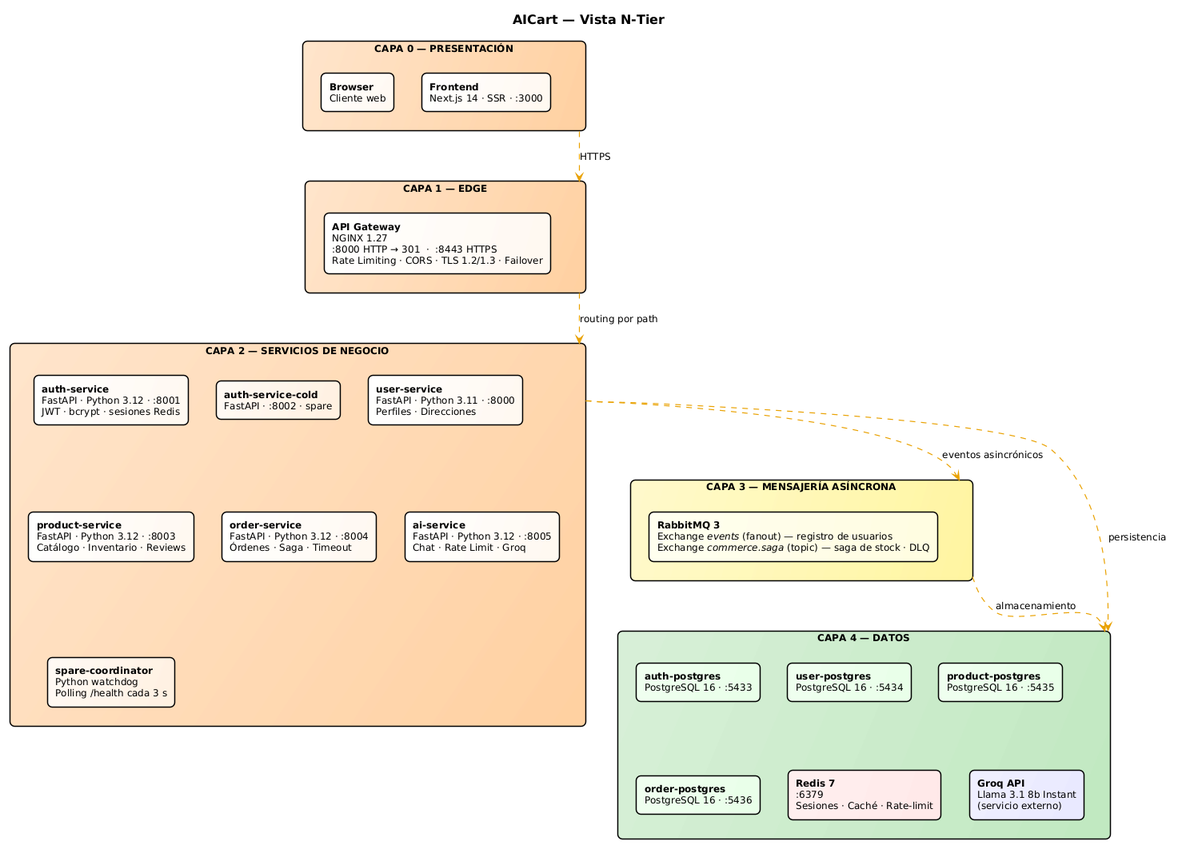
This is docs/architecture/NTier_Current.png from jpastor1649/ecommerce-project, a PlantUML export, as it was before one commit.
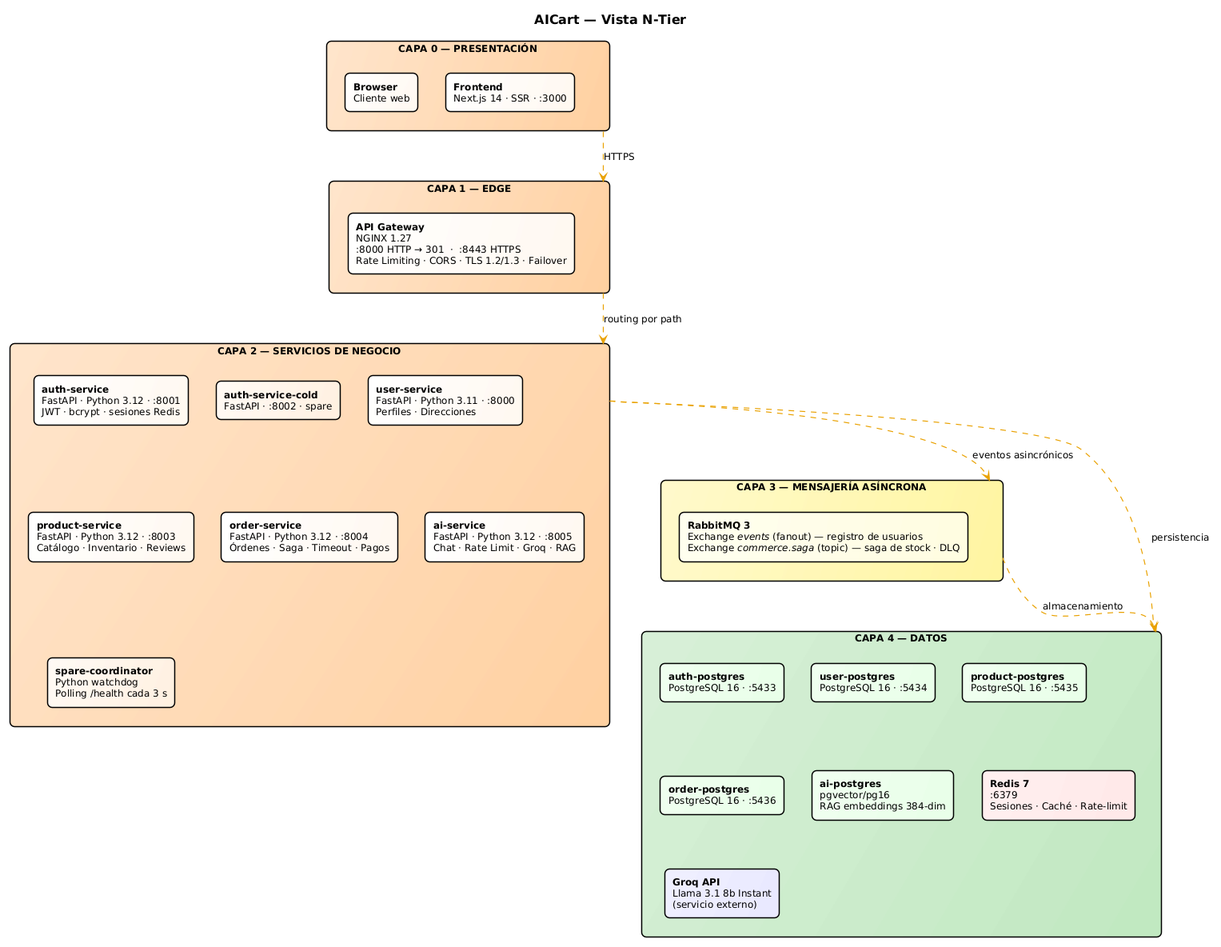
The same diagram one commit later.

The edit, as a diff of the source:
```diff
@@ -25,8 +25,8 @@
   rectangle "<b>auth-service-cold</b>\nFastAPI · :8002 · spare" as AuthC #FFFAF5/FFF0E0
   rectangle "<b>user-service</b>\nFastAPI · Python 3.11 · :8000\nPerfiles · Direcciones" as User #FFFFFF/FFF8F0
   rectangle "<b>product-service</b>\nFastAPI · Python 3.12 · :8003\nCatálogo · Inventario · Reviews" as Prod #FFFFFF/FFF8F0
-  rectangle "<b>order-service</b>\nFastAPI · Python 3.12 · :8004\nÓrdenes · Saga · Timeout" as Order #FFFFFF/FFF8F0
-  rectangle "<b>ai-service</b>\nFastAPI · Python 3.12 · :8005\nChat · Rate Limit · Groq" as AI #FFFFFF/FFF8F0
+  rectangle "<b>order-service</b>\nFastAPI · Python 3.12 · :8004\nÓrdenes · Saga · Timeout · Pagos" as Order #FFFFFF/FFF8F0
+  rectangle "<b>ai-service</b>\nFastAPI · Python 3.12 · :8005\nChat · Rate Limit · Groq · RAG" as AI #FFFFFF/FFF8F0
   rectangle "<b>spare-coordinator</b>\nPython watchdog\nPolling /health cada 3 s" as Coord #FFFAF5/FFF0E0
 }
 
@@ -39,6 +39,7 @@
   rectangle "<b>user-postgres</b>\nPostgreSQL 16 · :5434" as UDB #F0FFF0/E8FFE8
   rectangle "<b>product-postgres</b>\nPostgreSQL 16 · :5435" as PDB #F0FFF0/E8FFE8
   rectangle "<b>order-postgres</b>\nPostgreSQL 16 · :5436" as ODB #F0FFF0/E8FFE8
+  rectangle "<b>ai-postgres</b>\npgvector/pg16\nRAG embeddings 384-dim" as AIDB #F0FFF0/E8FFE8
   rectangle "<b>Redis 7</b>\n:6379\nSesiones · Caché · Rate-limit" as Redis #FFF0F0/FFE8E8
   rectangle "<b>Groq API</b>\nLlama 3.1 8b Instant\n(servicio externo)" as Groq #F0F0FF/E8E8FF
 }
```
